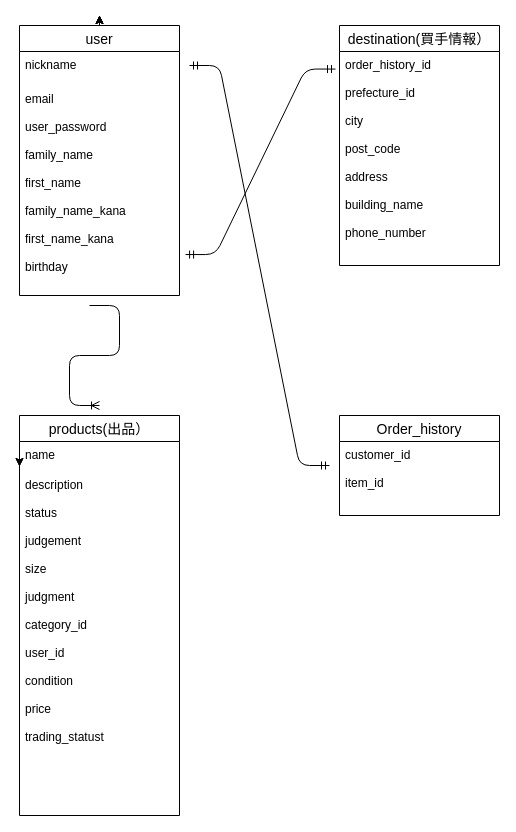
Earlier version of the draw.io diagram page "ページ1" (1 of 3) of test.dio (kitou44/furima-30571). Source tidied: cells renumbered, new cells numbered last; positions are measured from the earlier drawing's top-left corner, leaving out a move shared by most shapes. Both pictures are drawn from the tidied source at 100%, with x=0, y=0 at pixel (19, 15).
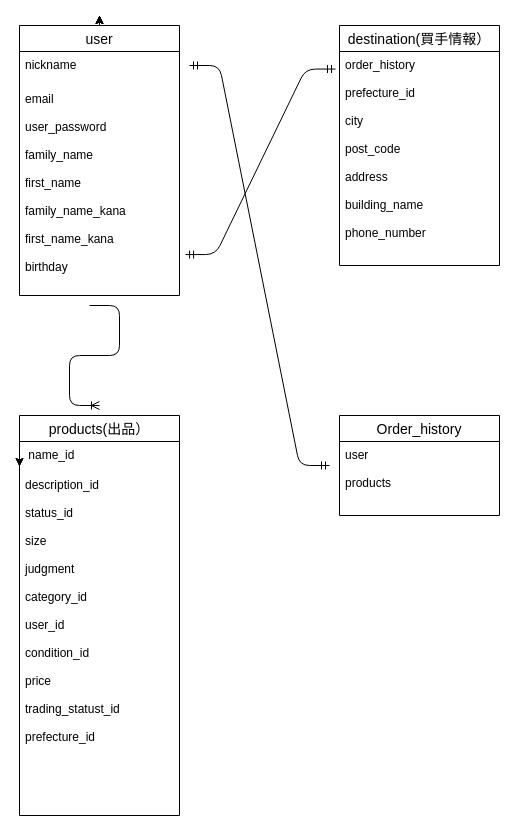
The same diagram, later.

Unchanged cells that the change refers to:
```xml
<mxCell id="10" value="products(出品）" style="swimlane;fontStyle=0;horizontal=1;startSize=26;align=center;fontSize=14;rounded=0;sketch=0;" parent="1" vertex="1">
  <mxGeometry y="400" width="160" height="400" as="geometry" />
</mxCell>
<mxCell id="16" value="destination(買手情報）" style="swimlane;fontStyle=0;horizontal=1;startSize=26;align=center;fontSize=14;rounded=0;sketch=0;" parent="1" vertex="1">
  <mxGeometry x="320" y="10" width="160" height="240" as="geometry" />
</mxCell>
<mxCell id="18" value="Order_history" style="swimlane;fontStyle=0;horizontal=1;startSize=26;align=center;fontSize=14;" parent="1" vertex="1">
  <mxGeometry x="320" y="400" width="160" height="100" as="geometry" />
</mxCell>
```

Change to the diagram source:
```diff
@@
-    <mxCell id="11" value="name" style="text;strokeColor=none;fillColor=none;spacingLeft=4;spacingRight=4;overflow=hidden;points=[[0,0.5],[1,0.5]];portConstraint=eastwest;fontSize=12;" parent="10" vertex="1">
+    <mxCell id="11" value=" name_id" style="text;strokeColor=none;fillColor=none;spacingLeft=4;spacingRight=4;overflow=hidden;points=[[0,0.5],[1,0.5]];portConstraint=eastwest;fontSize=12;" parent="10" vertex="1">
       <mxGeometry y="26" width="160" height="30" as="geometry" />
     </mxCell>
-    <mxCell id="12" value="description&#10;&#10;status&#10;&#10;judgement&#10;&#10;size&#10;&#10;judgment&#10;&#10;category_id&#10;&#10;user_id&#10;&#10;condition&#10;&#10;price&#10;&#10;trading_statust" style="text;strokeColor=none;fillColor=none;spacingLeft=4;spacingRight=4;overflow=hidden;fontSize=12;" parent="10" vertex="1">
+    <mxCell id="12" value="description_id&#10;&#10;status_id&#10;&#10;size&#10;&#10;judgment&#10;&#10;category_id&#10;&#10;user_id&#10;&#10;condition_id&#10;&#10;price&#10;&#10;trading_statust_id&#10;&#10;prefecture_id" style="text;strokeColor=none;fillColor=none;spacingLeft=4;spacingRight=4;overflow=hidden;fontSize=12;" parent="10" vertex="1">
       <mxGeometry y="56" width="160" height="344" as="geometry" />
     </mxCell>
@@
-    <mxCell id="17" value="order_history_id&#10;&#10;prefecture_id&#10;&#10;city&#10;&#10;post_code&#10;&#10;address&#10;&#10;building_name&#10;&#10;phone_number&#10;&#10;" style="text;strokeColor=none;fillColor=none;spacingLeft=4;spacingRight=4;overflow=hidden;points=[[0,0.5],[1,0.5]];portConstraint=eastwest;fontSize=12;" parent="16" vertex="1">
+    <mxCell id="17" value="order_history&#10;&#10;prefecture_id&#10;&#10;city&#10;&#10;post_code&#10;&#10;address&#10;&#10;building_name&#10;&#10;phone_number&#10;&#10;" style="text;strokeColor=none;fillColor=none;spacingLeft=4;spacingRight=4;overflow=hidden;points=[[0,0.5],[1,0.5]];portConstraint=eastwest;fontSize=12;" parent="16" vertex="1">
       <mxGeometry y="26" width="160" height="214" as="geometry" />
     </mxCell>
@@
-    <mxCell id="19" value="customer_id&#10;&#10;item_id" style="text;strokeColor=none;fillColor=none;spacingLeft=4;spacingRight=4;overflow=hidden;fontSize=12;" parent="18" vertex="1">
+    <mxCell id="19" value="user&#10;&#10;products" style="text;strokeColor=none;fillColor=none;spacingLeft=4;spacingRight=4;overflow=hidden;fontSize=12;" parent="18" vertex="1">
       <mxGeometry y="26" width="160" height="74" as="geometry" />
     </mxCell>
```
